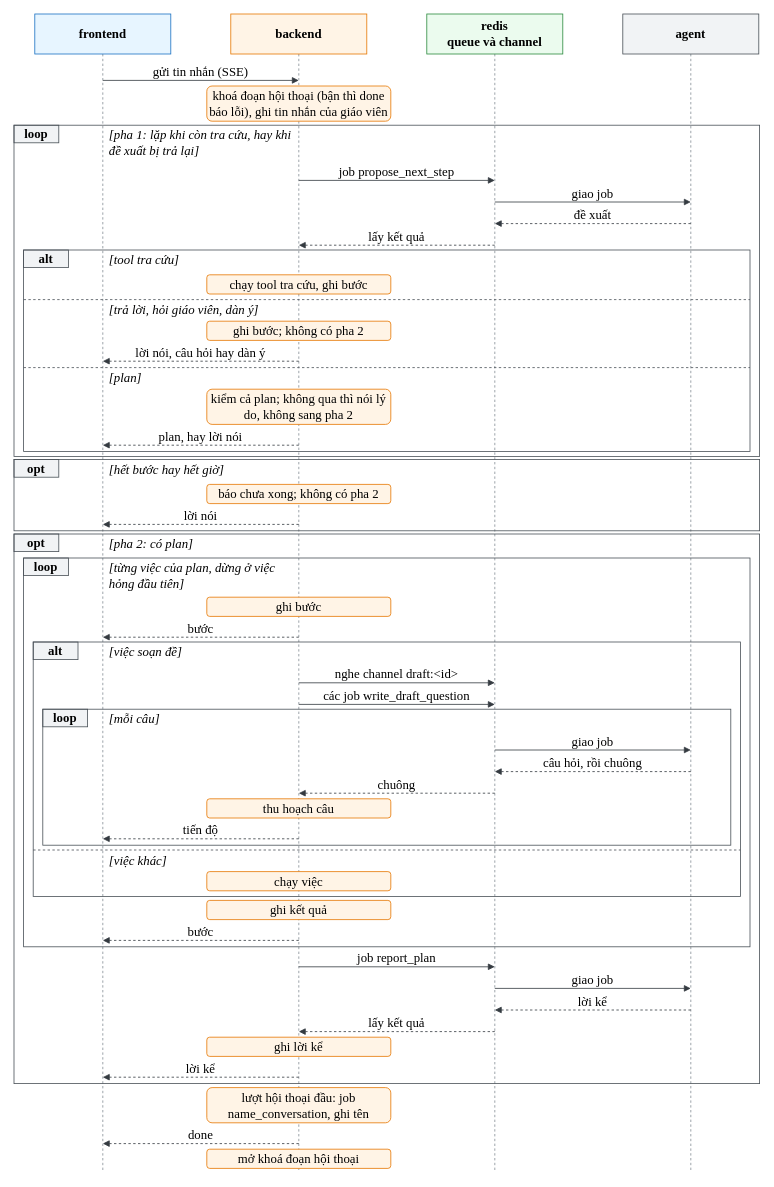
biabeogo147/AI-Assessment-and-Feedback-Assistant keeps this draw.io diagram as docs/diagrams/teacher-chat-turn.drawio. Above is the earlier version. Source tidied: cells renumbered, new cells numbered last; positions are measured from the earlier drawing's top-left corner, leaving out a move shared by most shapes. Both pictures are drawn from the tidied source at 80%, with x=0, y=0 at pixel (14, 14).
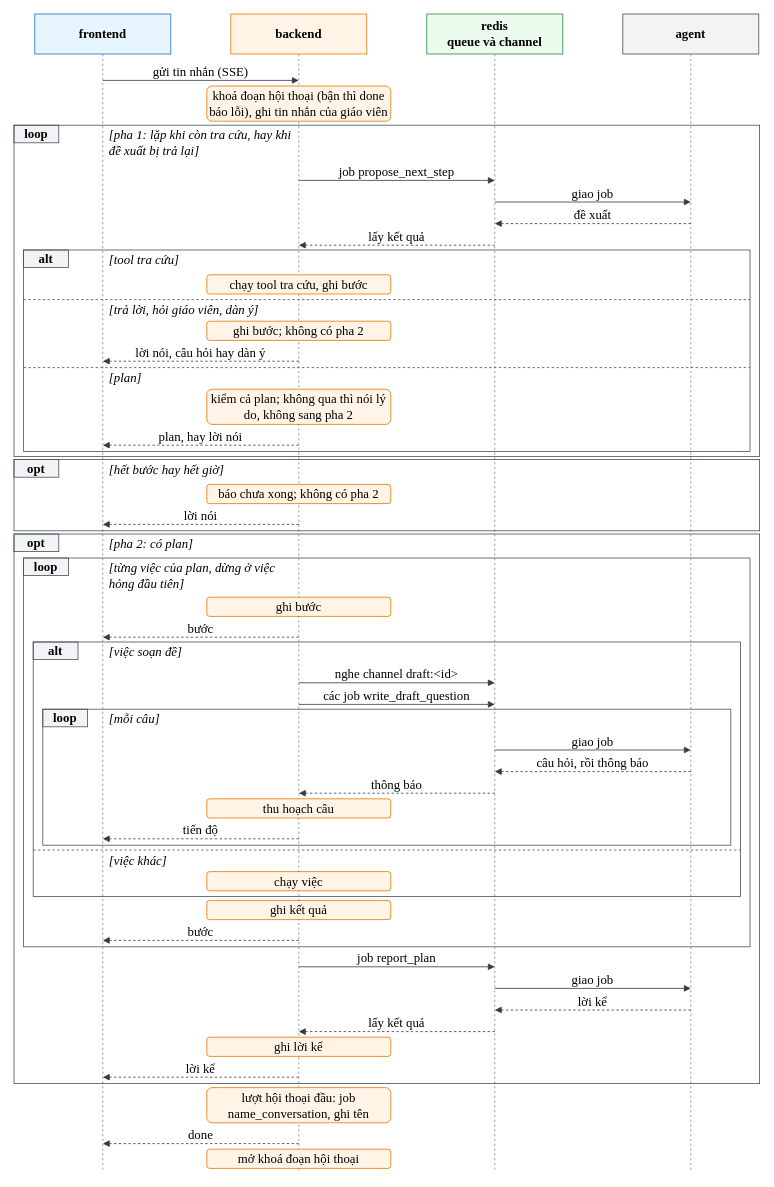
Above is the later version.

Diff of the diagram source:
```diff
@@
-    <mxCell id="61" value="câu hỏi, rồi chuông" style="text;html=1;whiteSpace=wrap;strokeColor=none;fillColor=none;fontSize=16;fontFamily=Times New Roman;align=center;verticalAlign=middle;" parent="1" vertex="1">
+    <mxCell id="61" value="câu hỏi, rồi thông báo" style="text;html=1;whiteSpace=wrap;strokeColor=none;fillColor=none;fontSize=16;fontFamily=Times New Roman;align=center;verticalAlign=middle;" parent="1" vertex="1">
       <mxGeometry x="607" y="926" width="233" height="20" as="geometry" />
     </mxCell>
@@
-    <mxCell id="63" value="chuông" style="text;html=1;whiteSpace=wrap;strokeColor=none;fillColor=none;fontSize=16;fontFamily=Times New Roman;align=center;verticalAlign=middle;" parent="1" vertex="1">
+    <mxCell id="63" value="thông báo" style="text;html=1;whiteSpace=wrap;strokeColor=none;fillColor=none;fontSize=16;fontFamily=Times New Roman;align=center;verticalAlign=middle;" parent="1" vertex="1">
       <mxGeometry x="362" y="953" width="233" height="20" as="geometry" />
     </mxCell>
```
